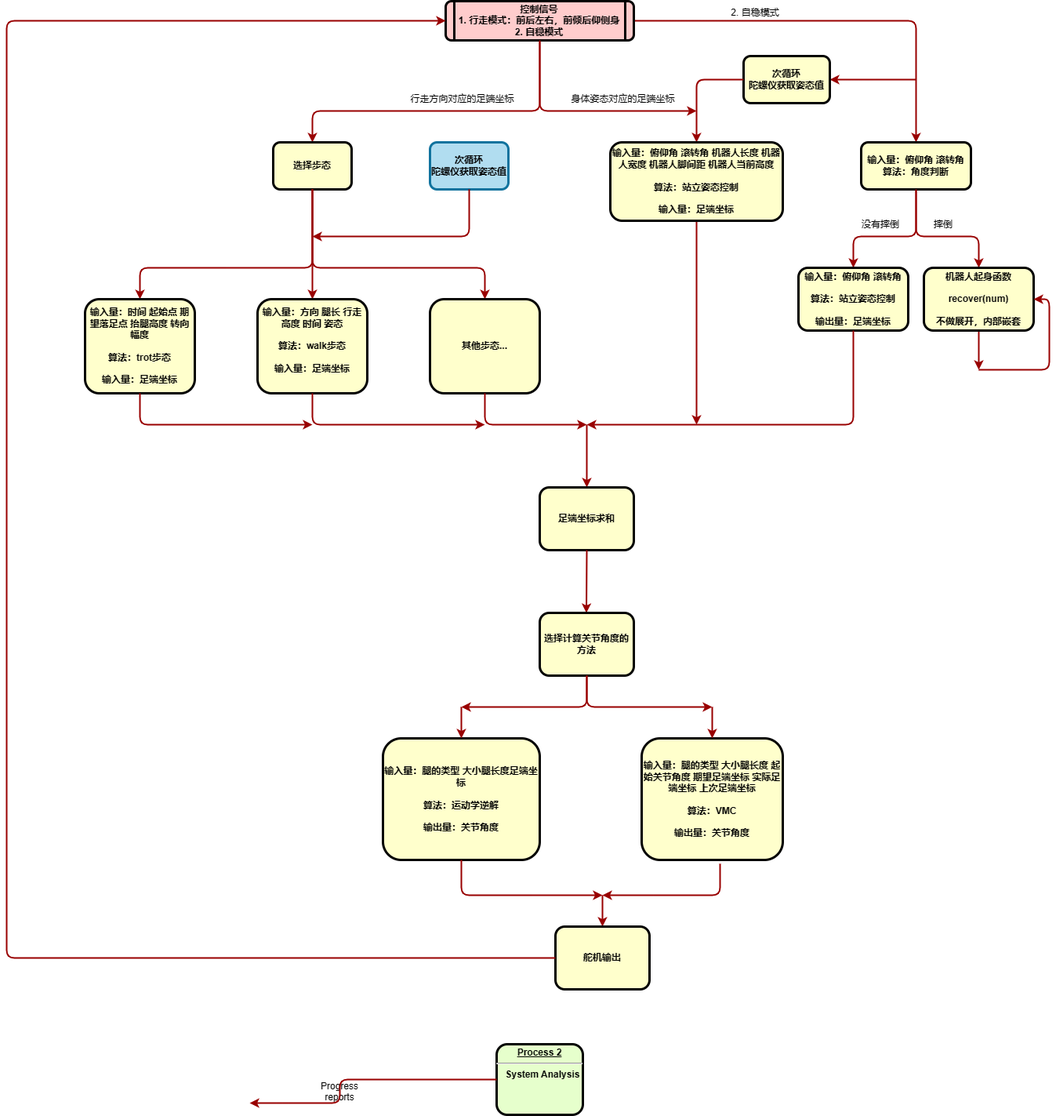
KAZAMA-DREAM/picture keeps this draw.io diagram as 机器人总体流程.drawio.png. Above is the earlier version. Source tidied: cells renumbered, new cells last; positions are measured from the earlier drawing's top-left corner, leaving out a move shared by most shapes.
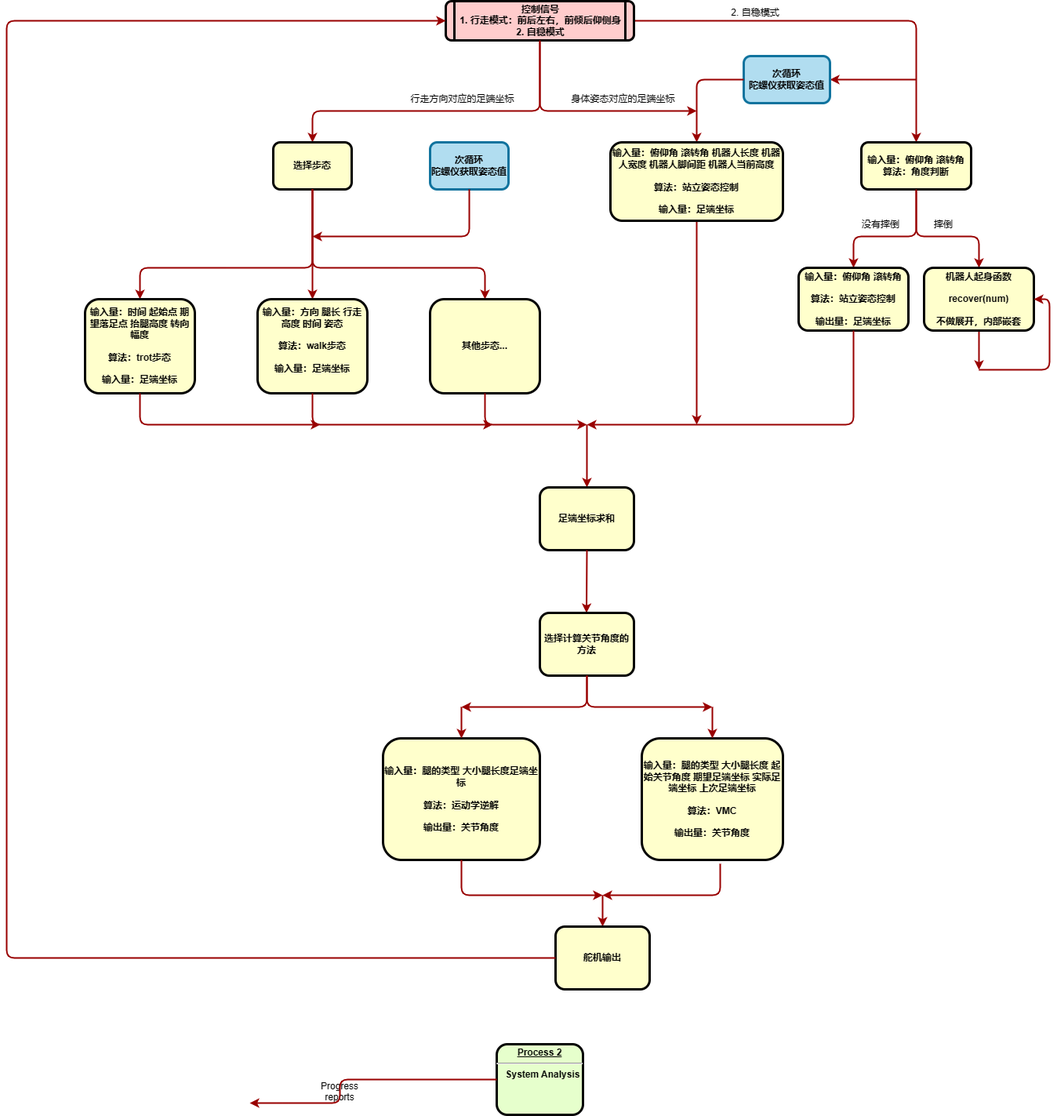
The same diagram one commit later.

Commit message:
更新机器人总体流程.drawio.png

Change to the diagram source:
```diff
@@ -51,7 +51,7 @@
         <mxPoint x="1200" y="100" as="sourcePoint" />
       </mxGeometry>
     </mxCell>
-    <mxCell id="12" value="次循环&#10;陀螺仪获取姿态值" style="whiteSpace=wrap;align=center;verticalAlign=middle;fontStyle=1;strokeWidth=3;fillColor=#FFFFCC;rounded=1;" parent="1" vertex="1">
+    <mxCell id="12" value="次循环&#10;陀螺仪获取姿态值" style="whiteSpace=wrap;align=center;verticalAlign=middle;fontStyle=1;strokeWidth=3;fillColor=#b1ddf0;rounded=1;strokeColor=#10739e;" parent="1" vertex="1">
       <mxGeometry x="980" y="70" width="110" height="60" as="geometry" />
     </mxCell>
     <mxCell id="13" style="endArrow=classic;html=1;rounded=1;entryX=0.5;entryY=0;entryDx=0;entryDy=0;exitX=0;exitY=0.5;exitDx=0;exitDy=0;strokeWidth=2;strokeColor=#990000;" parent="1" edge="1" source="12" target="15">
@@ -183,7 +183,7 @@
     </mxCell>
     <mxCell id="37" style="edgeStyle=elbowEdgeStyle;elbow=horizontal;strokeColor=#990000;strokeWidth=2;rounded=1;exitX=0.5;exitY=1;exitDx=0;exitDy=0;" parent="1" edge="1" source="31">
       <mxGeometry relative="1" as="geometry">
-        <mxPoint x="650" y="540" as="targetPoint" />
+        <mxPoint x="660" y="540" as="targetPoint" />
         <Array as="points">
           <mxPoint x="430" y="770" />
         </Array>
@@ -191,7 +191,7 @@
     </mxCell>
     <mxCell id="38" style="edgeStyle=elbowEdgeStyle;elbow=horizontal;strokeColor=#990000;strokeWidth=2;rounded=1;exitX=0.5;exitY=1;exitDx=0;exitDy=0;" parent="1" edge="1" source="35">
       <mxGeometry relative="1" as="geometry">
-        <mxPoint x="430" y="540" as="targetPoint" />
+        <mxPoint x="440" y="540" as="targetPoint" />
         <Array as="points">
           <mxPoint x="210" y="750" />
         </Array>
```
